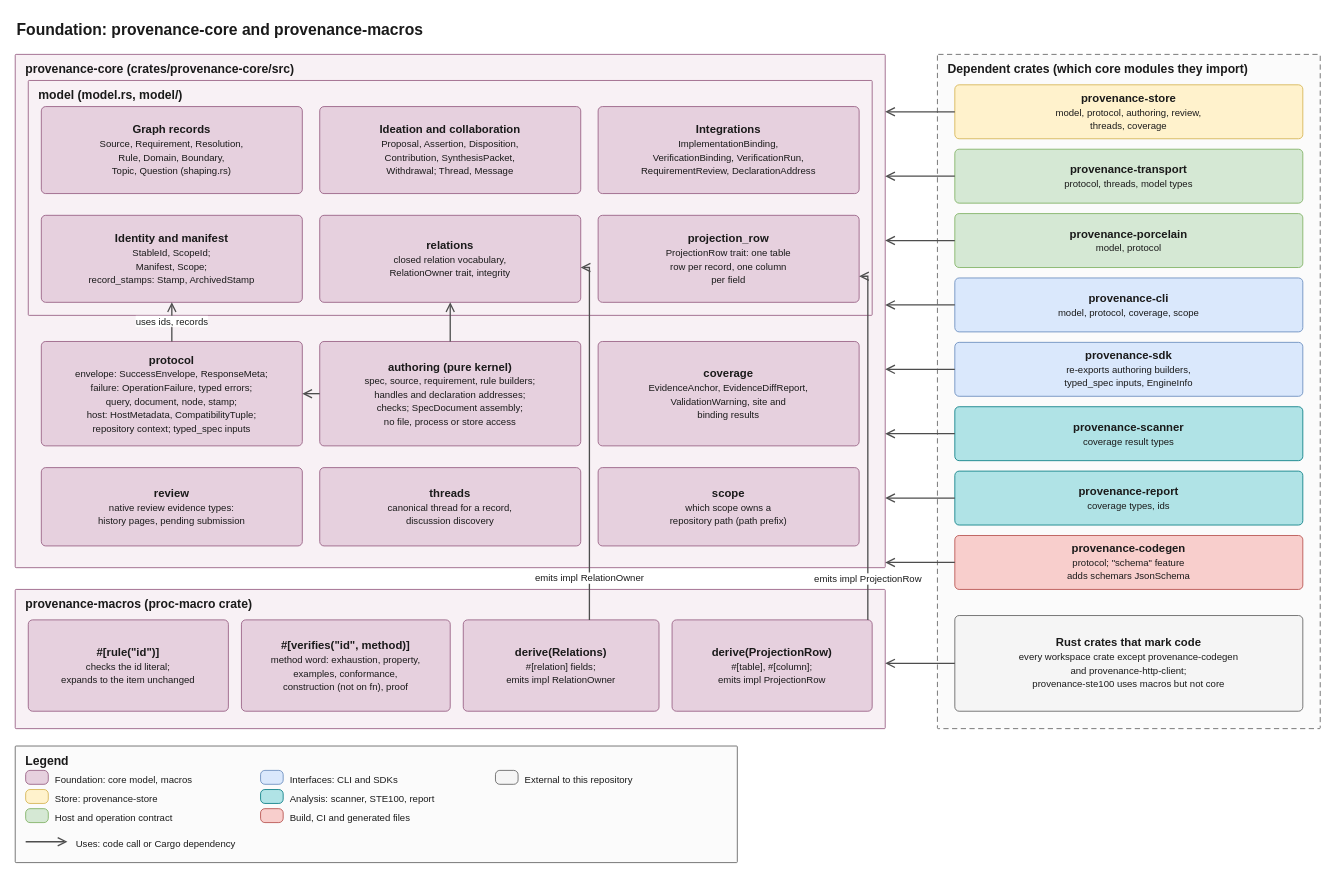
Before: docs/architecture/diagrams/01-core-and-macros.drawio in quality-sh/provenance, a draw.io diagram. Source tidied: cells renumbered, new cells numbered last; positions are measured from the earlier drawing's top-left corner, leaving out a move shared by most shapes. Both pictures are drawn from the tidied source at 87%, with x=0, y=0 at pixel (15, 15).
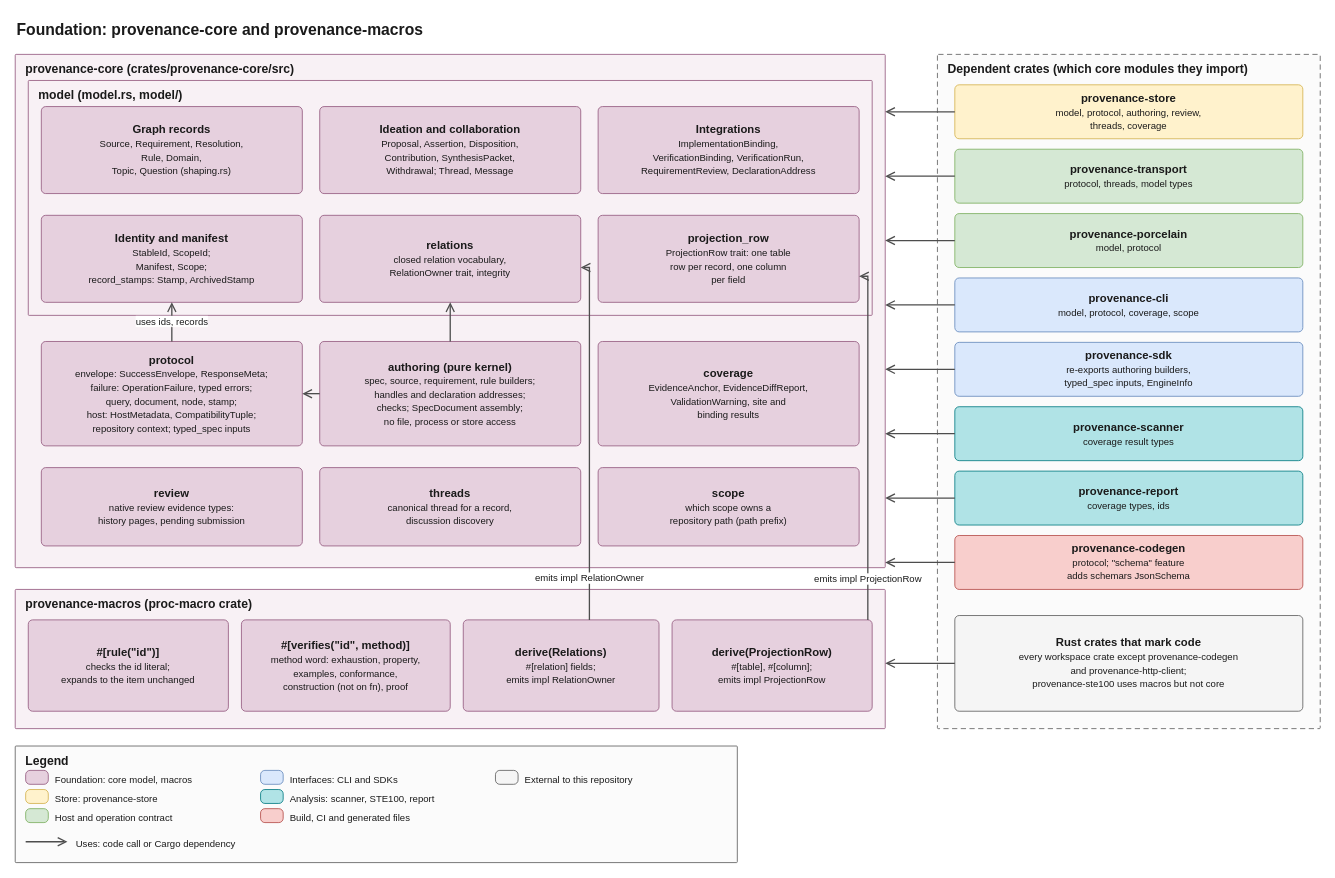
Above is the later version.

Unchanged cells that the change refers to:
```xml
<mxCell id="4" value="model (model.rs, model/)" style="rounded=1;arcSize=2;absoluteArcSize=1;whiteSpace=wrap;html=1;fillColor=#f8f1f5;strokeColor=#996185;verticalAlign=top;align=left;spacingLeft=10;spacingRight=10;spacingTop=2;fontStyle=1;fontSize=14;fontColor=#1a1a1a;" parent="3" vertex="1">
  <mxGeometry x="15" y="30" width="970" height="270" as="geometry" />
</mxCell>
```

What changed in the source:
```diff
@@
-    <mxCell id="5" value="&lt;b&gt;Graph records&lt;/b&gt;&lt;br&gt;&lt;font style=&quot;font-size:11px&quot;&gt;Source, Requirement, Resolution,&lt;br&gt;Rule, Domain, Boundary,&lt;br&gt;Topic, Question (shaping.rs)&lt;/font&gt;" style="rounded=1;arcSize=10;absoluteArcSize=1;whiteSpace=wrap;html=1;fillColor=#e6d0de;strokeColor=#996185;fontSize=13;fontColor=#1a1a1a;verticalAlign=middle;align=center;spacing=4;" parent="4" vertex="1">
+    <mxCell id="5" value="&lt;b&gt;Graph records&lt;/b&gt;&lt;br&gt;&lt;font style=&quot;font-size:11px&quot;&gt;Source, Requirement, Resolution,&lt;br&gt;Rule, Domain,&lt;br&gt;Topic, Question (shaping.rs)&lt;/font&gt;" style="rounded=1;arcSize=10;absoluteArcSize=1;whiteSpace=wrap;html=1;fillColor=#e6d0de;strokeColor=#996185;fontSize=13;fontColor=#1a1a1a;verticalAlign=middle;align=center;spacing=4;" parent="4" vertex="1">
       <mxGeometry x="15" y="30" width="300" height="100" as="geometry" />
     </mxCell>
```
